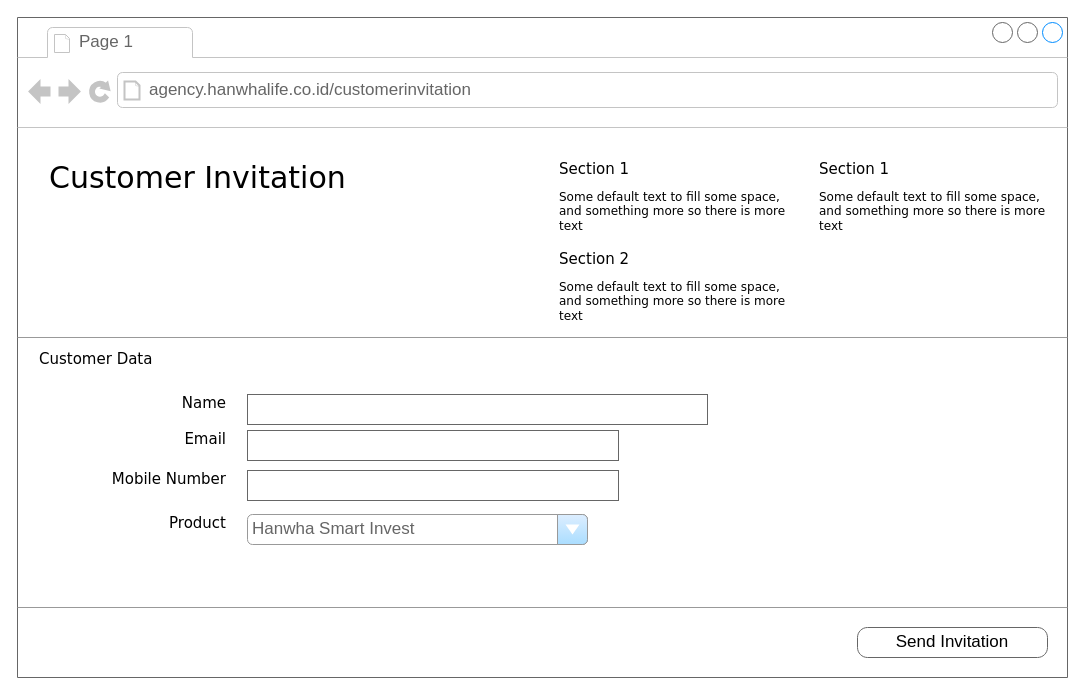
This is page "CUSTINVITE" (1 of 18) of CustomerInvitation.drawio from gustianom/hanwhaiso, a draw.io file, before an edit. Source tidied: cells renumbered, new cells numbered last; positions are measured from the earlier drawing's top-left corner, leaving out a move shared by most shapes. Both pictures are drawn from the tidied source at 100%, with x=0, y=0 at pixel (17, 17).
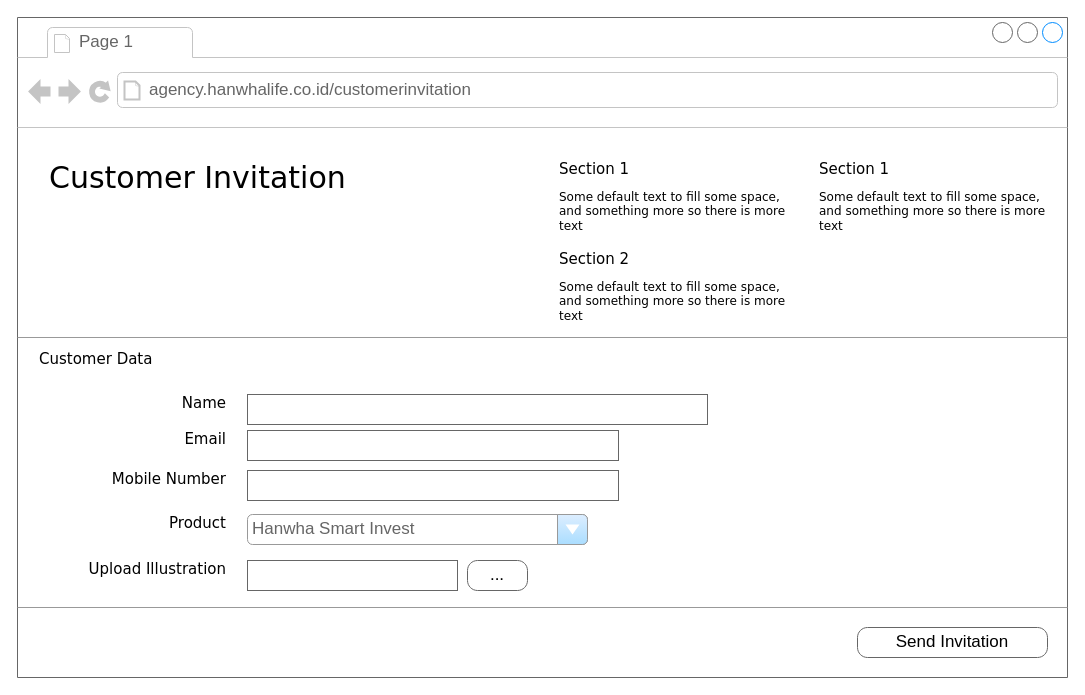
The same page after the edit.

The change refers to these unchanged cells:
```xml
<mxCell id="2" style="strokeWidth=1;shadow=0;dashed=0;align=center;html=1;shape=mxgraph.mockup.containers.browserWindow;rSize=0;strokeColor=#666666;mainText=,;rounded=0;labelBackgroundColor=none;fontFamily=Verdana;fontSize=12;" parent="1" vertex="1">
  <mxGeometry width="1050" height="660" as="geometry" />
</mxCell>
```

Diff of the diagram source:
```diff
@@
+    <mxCell id="24" value="&amp;nbsp;" style="strokeWidth=1;shadow=0;dashed=0;align=center;html=1;shape=mxgraph.mockup.text.textBox;fontColor=#666666;align=left;fontSize=17;spacingLeft=4;spacingTop=-3;strokeColor=#666666;mainText=;" parent="2" vertex="1">
+      <mxGeometry x="230" y="543" width="210" height="30" as="geometry" />
+    </mxCell>
+    <mxCell id="25" value="Upload Illustration" style="text;html=1;align=right;verticalAlign=top;spacingTop=-4;fontSize=15;fontFamily=Verdana;" parent="2" vertex="1">
+      <mxGeometry x="40" y="540" width="170" height="36" as="geometry" />
+    </mxCell>
+    <mxCell id="26" value="..." style="strokeWidth=1;shadow=0;dashed=0;align=center;html=1;shape=mxgraph.mockup.buttons.button;strokeColor=#666666;mainText=;buttonStyle=round;fontSize=17;fontStyle=0;fillColor=none;whiteSpace=wrap;rounded=0;labelBackgroundColor=none;" parent="2" vertex="1">
+      <mxGeometry x="450" y="543" width="60" height="30" as="geometry" />
+    </mxCell>
```
